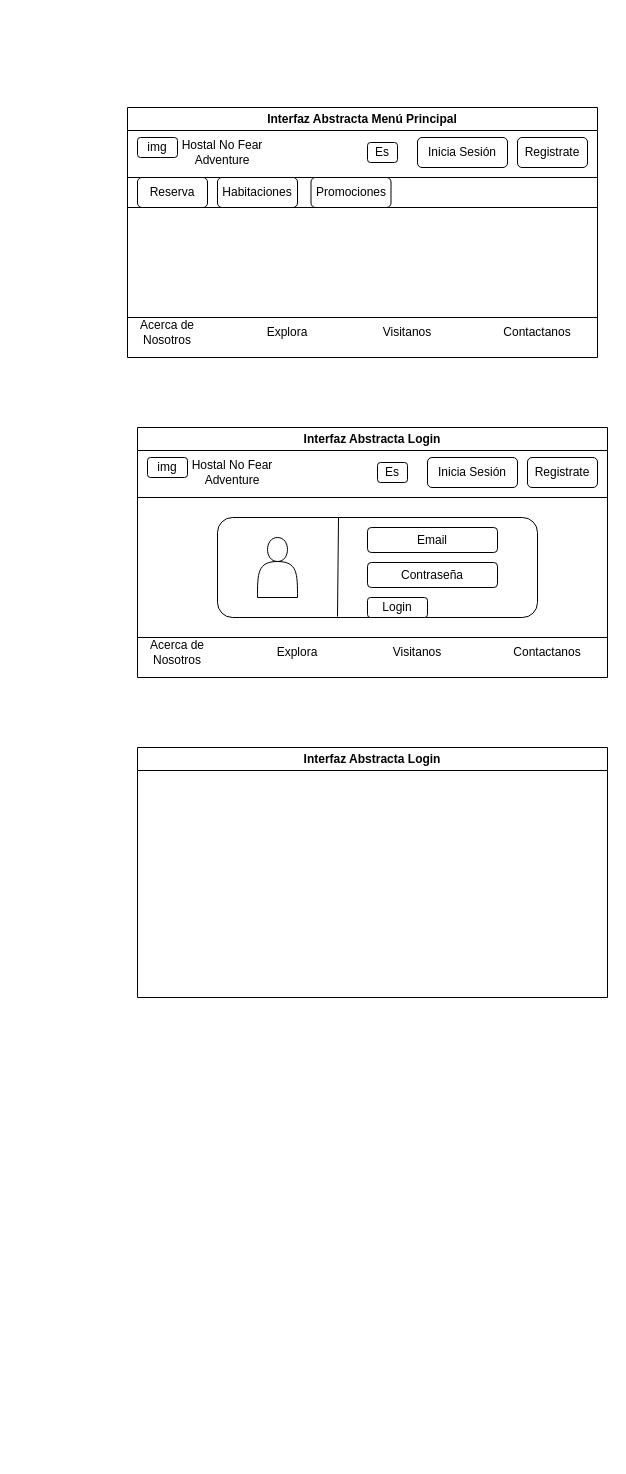
Joel4670/prueba1 keeps this draw.io diagram as Abstract.drawio. Above is the earlier version. Source tidied: cells renumbered, new cells numbered last; positions are measured from the earlier drawing's top-left corner, leaving out a move shared by most shapes. Both pictures are drawn from the tidied source at 100%, with x=0, y=0 at pixel (127, 107).
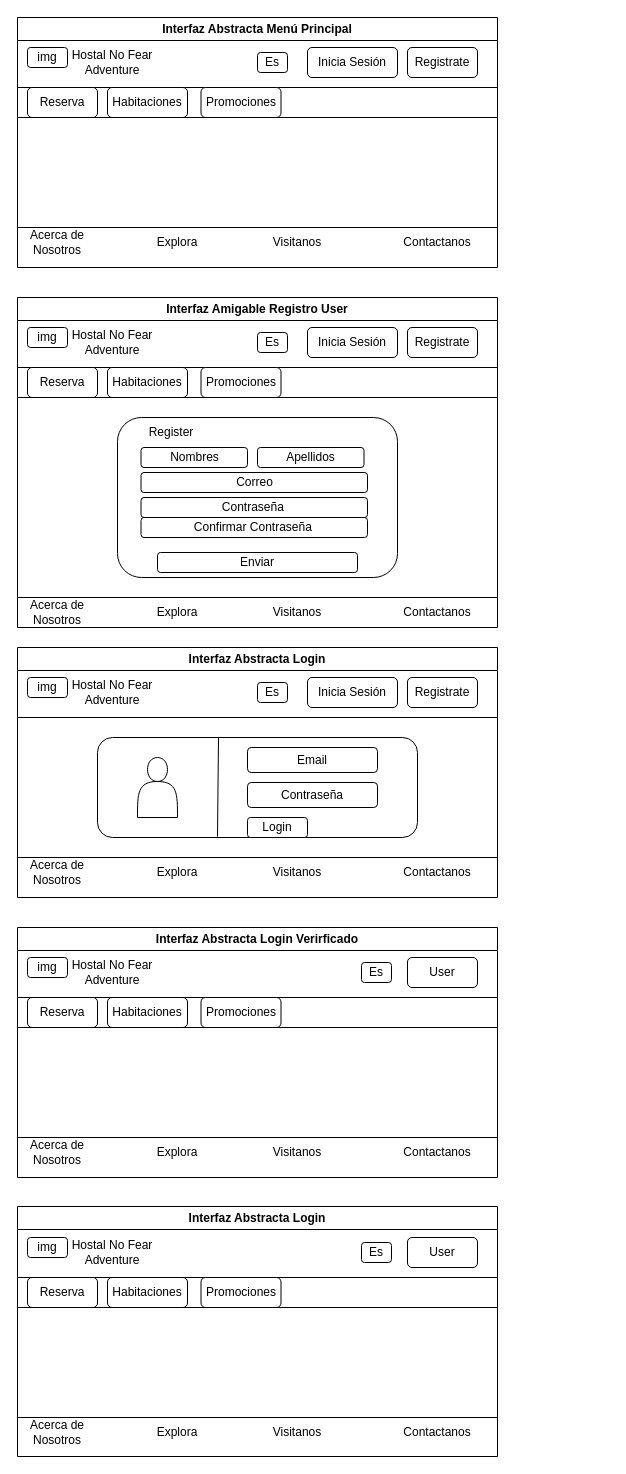
The same diagram, later.

What changed in the source:
```diff
@@
     <mxCell id="2" value="Interfaz Abstracta Menú Principal" style="swimlane;whiteSpace=wrap;html=1;" parent="1" vertex="1">
-      <mxGeometry width="470" height="250" as="geometry" />
+      <mxGeometry x="-110" y="-90" width="480" height="250" as="geometry" />
     </mxCell>
@@
     <mxCell id="6" value="Contactanos" style="text;html=1;align=center;verticalAlign=middle;whiteSpace=wrap;rounded=0;" parent="2" vertex="1">
-      <mxGeometry x="380" y="210" width="60" height="30" as="geometry" />
+      <mxGeometry x="390" y="210" width="60" height="30" as="geometry" />
     </mxCell>
@@
     <mxCell id="12" style="endArrow=none;html=1;rounded=0;" parent="2" edge="1">
       <mxGeometry relative="1" as="geometry">
         <mxPoint y="70" as="sourcePoint" />
-        <mxPoint x="470" y="70" as="targetPoint" />
+        <mxPoint x="480" y="70" as="targetPoint" />
       </mxGeometry>
     </mxCell>
@@
     <mxCell id="16" style="endArrow=none;html=1;rounded=0;" parent="1" edge="1">
       <mxGeometry relative="1" as="geometry">
-        <mxPoint y="210" as="sourcePoint" />
-        <mxPoint x="470" y="210" as="targetPoint" />
+        <mxPoint x="-110" y="120" as="sourcePoint" />
+        <mxPoint x="370" y="120" as="targetPoint" />
       </mxGeometry>
     </mxCell>
     <mxCell id="17" style="endArrow=none;html=1;rounded=0;" parent="1" edge="1">
       <mxGeometry relative="1" as="geometry">
-        <mxPoint y="100" as="sourcePoint" />
-        <mxPoint x="470" y="100" as="targetPoint" />
+        <mxPoint x="-110" y="10" as="sourcePoint" />
+        <mxPoint x="370" y="10" as="targetPoint" />
       </mxGeometry>
     </mxCell>
-    <mxCell id="18" value="Interfaz Abstracta Login" style="swimlane;whiteSpace=wrap;html=1;" parent="1" vertex="1">
-      <mxGeometry x="10" y="640" width="470" height="250" as="geometry" />
-    </mxCell>
     <mxCell id="19" value="Interfaz Abstracta Login" style="swimlane;whiteSpace=wrap;html=1;" parent="1" vertex="1">
-      <mxGeometry x="10" y="320" width="470" height="250" as="geometry" />
+      <mxGeometry x="-110" y="540" width="480" height="250" as="geometry" />
     </mxCell>
@@
     <mxCell id="25" style="endArrow=none;html=1;rounded=0;" parent="19" edge="1">
       <mxGeometry relative="1" as="geometry">
         <mxPoint y="70" as="sourcePoint" />
-        <mxPoint x="470" y="70" as="targetPoint" />
+        <mxPoint x="480" y="70" as="targetPoint" />
       </mxGeometry>
     </mxCell>
@@
     <mxCell id="29" value="Contactanos" style="text;html=1;align=center;verticalAlign=middle;whiteSpace=wrap;rounded=0;" parent="19" vertex="1">
-      <mxGeometry x="380" y="210" width="60" height="30" as="geometry" />
+      <mxGeometry x="390" y="210" width="60" height="30" as="geometry" />
     </mxCell>
     <mxCell id="30" style="endArrow=none;html=1;rounded=0;" parent="19" edge="1">
       <mxGeometry relative="1" as="geometry">
         <mxPoint y="210" as="sourcePoint" />
-        <mxPoint x="470" y="210" as="targetPoint" />
+        <mxPoint x="480" y="210" as="targetPoint" />
       </mxGeometry>
     </mxCell>
@@
+    <mxCell id="37" value="Interfaz Abstracta Login Verirficado" style="swimlane;whiteSpace=wrap;html=1;" parent="1" vertex="1">
+      <mxGeometry x="-110" y="820" width="480" height="250" as="geometry" />
+    </mxCell>
+    <mxCell id="38" value="Acerca de Nosotros" style="text;html=1;align=center;verticalAlign=middle;whiteSpace=wrap;rounded=0;" parent="37" vertex="1">
+      <mxGeometry x="10" y="210" width="60" height="30" as="geometry" />
+    </mxCell>
+    <mxCell id="39" value="Explora" style="text;html=1;align=center;verticalAlign=middle;whiteSpace=wrap;rounded=0;" parent="37" vertex="1">
+      <mxGeometry x="130" y="210" width="60" height="30" as="geometry" />
+    </mxCell>
+    <mxCell id="40" value="Visitanos" style="text;html=1;align=center;verticalAlign=middle;whiteSpace=wrap;rounded=0;" parent="37" vertex="1">
+      <mxGeometry x="250" y="210" width="60" height="30" as="geometry" />
+    </mxCell>
+    <mxCell id="41" value="Contactanos" style="text;html=1;align=center;verticalAlign=middle;whiteSpace=wrap;rounded=0;" parent="37" vertex="1">
+      <mxGeometry x="390" y="210" width="60" height="30" as="geometry" />
+    </mxCell>
+    <mxCell id="42" value="Hostal No Fear Adventure" style="text;html=1;align=center;verticalAlign=middle;whiteSpace=wrap;rounded=0;" parent="37" vertex="1">
+      <mxGeometry x="40" y="30" width="110" height="30" as="geometry" />
+    </mxCell>
+    <mxCell id="43" value="img" style="rounded=1;whiteSpace=wrap;html=1;" parent="37" vertex="1">
+      <mxGeometry x="10" y="30" width="40" height="20" as="geometry" />
+    </mxCell>
+    <mxCell id="44" value="Es" style="rounded=1;whiteSpace=wrap;html=1;" parent="37" vertex="1">
+      <mxGeometry x="344" y="35" width="30" height="20" as="geometry" />
+    </mxCell>
+    <mxCell id="45" value="User" style="rounded=1;whiteSpace=wrap;html=1;" parent="37" vertex="1">
+      <mxGeometry x="390" y="30" width="70" height="30" as="geometry" />
+    </mxCell>
+    <mxCell id="46" style="endArrow=none;html=1;rounded=0;" parent="37" edge="1">
+      <mxGeometry relative="1" as="geometry">
+        <mxPoint y="70" as="sourcePoint" />
+        <mxPoint x="480" y="70" as="targetPoint" />
+      </mxGeometry>
+    </mxCell>
+    <mxCell id="47" value="Reserva" style="rounded=1;whiteSpace=wrap;html=1;" parent="37" vertex="1">
+      <mxGeometry x="10" y="70" width="70" height="30" as="geometry" />
+    </mxCell>
+    <mxCell id="48" value="Habitaciones" style="rounded=1;whiteSpace=wrap;html=1;" parent="37" vertex="1">
+      <mxGeometry x="90" y="70" width="80" height="30" as="geometry" />
+    </mxCell>
+    <mxCell id="49" value="Promociones" style="rounded=1;whiteSpace=wrap;html=1;" parent="37" vertex="1">
+      <mxGeometry x="183.5" y="70" width="80" height="30" as="geometry" />
+    </mxCell>
+    <mxCell id="50" style="endArrow=none;html=1;rounded=0;" parent="37" edge="1">
+      <mxGeometry relative="1" as="geometry">
+        <mxPoint y="210" as="sourcePoint" />
+        <mxPoint x="480" y="210" as="targetPoint" />
+      </mxGeometry>
+    </mxCell>
+    <mxCell id="51" style="endArrow=none;html=1;rounded=0;" parent="37" edge="1">
+      <mxGeometry relative="1" as="geometry">
+        <mxPoint y="100" as="sourcePoint" />
+        <mxPoint x="480" y="100" as="targetPoint" />
+      </mxGeometry>
+    </mxCell>
+    <mxCell id="18" value="Interfaz Abstracta Login" style="swimlane;whiteSpace=wrap;html=1;" parent="1" vertex="1">
+      <mxGeometry x="-110" y="1099" width="480" height="250" as="geometry" />
+    </mxCell>
+    <mxCell id="52" value="Acerca de Nosotros" style="text;html=1;align=center;verticalAlign=middle;whiteSpace=wrap;rounded=0;" parent="18" vertex="1">
+      <mxGeometry x="10" y="211" width="60" height="30" as="geometry" />
+    </mxCell>
+    <mxCell id="53" value="Explora" style="text;html=1;align=center;verticalAlign=middle;whiteSpace=wrap;rounded=0;" parent="18" vertex="1">
+      <mxGeometry x="130" y="211" width="60" height="30" as="geometry" />
+    </mxCell>
+    <mxCell id="54" value="Visitanos" style="text;html=1;align=center;verticalAlign=middle;whiteSpace=wrap;rounded=0;" parent="18" vertex="1">
+      <mxGeometry x="250" y="211" width="60" height="30" as="geometry" />
+    </mxCell>
+    <mxCell id="55" value="Contactanos" style="text;html=1;align=center;verticalAlign=middle;whiteSpace=wrap;rounded=0;" parent="18" vertex="1">
+      <mxGeometry x="390" y="211" width="60" height="30" as="geometry" />
+    </mxCell>
+    <mxCell id="56" value="Hostal No Fear Adventure" style="text;html=1;align=center;verticalAlign=middle;whiteSpace=wrap;rounded=0;" parent="18" vertex="1">
+      <mxGeometry x="40" y="31" width="110" height="30" as="geometry" />
+    </mxCell>
+    <mxCell id="57" value="img" style="rounded=1;whiteSpace=wrap;html=1;" parent="18" vertex="1">
+      <mxGeometry x="10" y="31" width="40" height="20" as="geometry" />
+    </mxCell>
+    <mxCell id="58" value="Es" style="rounded=1;whiteSpace=wrap;html=1;" parent="18" vertex="1">
+      <mxGeometry x="344" y="36" width="30" height="20" as="geometry" />
+    </mxCell>
+    <mxCell id="59" value="User" style="rounded=1;whiteSpace=wrap;html=1;" parent="18" vertex="1">
+      <mxGeometry x="390" y="31" width="70" height="30" as="geometry" />
+    </mxCell>
+    <mxCell id="60" style="endArrow=none;html=1;rounded=0;" parent="18" edge="1">
+      <mxGeometry relative="1" as="geometry">
+        <mxPoint y="71" as="sourcePoint" />
+        <mxPoint x="480" y="71" as="targetPoint" />
+      </mxGeometry>
+    </mxCell>
+    <mxCell id="61" value="Reserva" style="rounded=1;whiteSpace=wrap;html=1;" parent="18" vertex="1">
+      <mxGeometry x="10" y="71" width="70" height="30" as="geometry" />
+    </mxCell>
+    <mxCell id="62" value="Habitaciones" style="rounded=1;whiteSpace=wrap;html=1;" parent="18" vertex="1">
+      <mxGeometry x="90" y="71" width="80" height="30" as="geometry" />
+    </mxCell>
+    <mxCell id="63" value="Promociones" style="rounded=1;whiteSpace=wrap;html=1;" parent="18" vertex="1">
+      <mxGeometry x="183.5" y="71" width="80" height="30" as="geometry" />
+    </mxCell>
+    <mxCell id="64" style="endArrow=none;html=1;rounded=0;" parent="18" edge="1">
+      <mxGeometry relative="1" as="geometry">
+        <mxPoint y="211" as="sourcePoint" />
+        <mxPoint x="480" y="211" as="targetPoint" />
+      </mxGeometry>
+    </mxCell>
+    <mxCell id="65" style="endArrow=none;html=1;rounded=0;" parent="18" edge="1">
+      <mxGeometry relative="1" as="geometry">
+        <mxPoint y="101" as="sourcePoint" />
+        <mxPoint x="480" y="101" as="targetPoint" />
+      </mxGeometry>
+    </mxCell>
+    <mxCell id="66" value="Interfaz Amigable Registro User" style="swimlane;whiteSpace=wrap;html=1;" parent="1" vertex="1">
+      <mxGeometry x="-110" y="190" width="480" height="330" as="geometry" />
+    </mxCell>
+    <mxCell id="67" value="Acerca de Nosotros" style="text;html=1;align=center;verticalAlign=middle;whiteSpace=wrap;rounded=0;" parent="66" vertex="1">
+      <mxGeometry x="10" y="300" width="60" height="30" as="geometry" />
+    </mxCell>
+    <mxCell id="68" value="Explora" style="text;html=1;align=center;verticalAlign=middle;whiteSpace=wrap;rounded=0;" parent="66" vertex="1">
+      <mxGeometry x="130" y="300" width="60" height="30" as="geometry" />
+    </mxCell>
+    <mxCell id="69" value="Visitanos" style="text;html=1;align=center;verticalAlign=middle;whiteSpace=wrap;rounded=0;" parent="66" vertex="1">
+      <mxGeometry x="250" y="300" width="60" height="30" as="geometry" />
+    </mxCell>
+    <mxCell id="70" value="Contactanos" style="text;html=1;align=center;verticalAlign=middle;whiteSpace=wrap;rounded=0;" parent="66" vertex="1">
+      <mxGeometry x="390" y="300" width="60" height="30" as="geometry" />
+    </mxCell>
+    <mxCell id="71" value="Hostal No Fear Adventure" style="text;html=1;align=center;verticalAlign=middle;whiteSpace=wrap;rounded=0;" parent="66" vertex="1">
+      <mxGeometry x="40" y="30" width="110" height="30" as="geometry" />
+    </mxCell>
+    <mxCell id="72" value="img" style="rounded=1;whiteSpace=wrap;html=1;" parent="66" vertex="1">
+      <mxGeometry x="10" y="30" width="40" height="20" as="geometry" />
+    </mxCell>
+    <mxCell id="73" value="Es" style="rounded=1;whiteSpace=wrap;html=1;" parent="66" vertex="1">
+      <mxGeometry x="240" y="35" width="30" height="20" as="geometry" />
+    </mxCell>
+    <mxCell id="74" value="Inicia Sesión" style="rounded=1;whiteSpace=wrap;html=1;" parent="66" vertex="1">
+      <mxGeometry x="290" y="30" width="90" height="30" as="geometry" />
+    </mxCell>
+    <mxCell id="75" value="Registrate" style="rounded=1;whiteSpace=wrap;html=1;" parent="66" vertex="1">
+      <mxGeometry x="390" y="30" width="70" height="30" as="geometry" />
+    </mxCell>
+    <mxCell id="76" style="endArrow=none;html=1;rounded=0;" parent="66" edge="1">
+      <mxGeometry relative="1" as="geometry">
+        <mxPoint y="70" as="sourcePoint" />
+        <mxPoint x="480" y="70" as="targetPoint" />
+      </mxGeometry>
+    </mxCell>
+    <mxCell id="77" value="Reserva" style="rounded=1;whiteSpace=wrap;html=1;" parent="66" vertex="1">
+      <mxGeometry x="10" y="70" width="70" height="30" as="geometry" />
+    </mxCell>
+    <mxCell id="78" value="Habitaciones" style="rounded=1;whiteSpace=wrap;html=1;" parent="66" vertex="1">
+      <mxGeometry x="90" y="70" width="80" height="30" as="geometry" />
+    </mxCell>
+    <mxCell id="79" value="Promociones" style="rounded=1;whiteSpace=wrap;html=1;" parent="66" vertex="1">
+      <mxGeometry x="183.5" y="70" width="80" height="30" as="geometry" />
+    </mxCell>
+    <mxCell id="80" style="endArrow=none;html=1;rounded=0;" parent="66" edge="1">
+      <mxGeometry relative="1" as="geometry">
+        <mxPoint y="300" as="sourcePoint" />
+        <mxPoint x="480" y="300" as="targetPoint" />
+      </mxGeometry>
+    </mxCell>
+    <mxCell id="81" style="endArrow=none;html=1;rounded=0;" parent="66" edge="1">
+      <mxGeometry relative="1" as="geometry">
+        <mxPoint y="100" as="sourcePoint" />
+        <mxPoint x="480" y="100" as="targetPoint" />
+      </mxGeometry>
+    </mxCell>
+    <mxCell id="82" style="rounded=1;whiteSpace=wrap;html=1;" parent="66" vertex="1">
+      <mxGeometry x="100" y="120" width="280" height="160" as="geometry" />
+    </mxCell>
+    <mxCell id="83" value="Register" style="text;html=1;align=center;verticalAlign=middle;whiteSpace=wrap;rounded=0;" parent="66" vertex="1">
+      <mxGeometry x="123.5" y="120" width="60" height="30" as="geometry" />
+    </mxCell>
+    <mxCell id="84" value="Nombres" style="rounded=1;whiteSpace=wrap;html=1;" parent="66" vertex="1">
+      <mxGeometry x="123.5" y="150" width="106.5" height="20" as="geometry" />
+    </mxCell>
+    <mxCell id="85" value="Apellidos" style="rounded=1;whiteSpace=wrap;html=1;" parent="66" vertex="1">
+      <mxGeometry x="240" y="150" width="106.5" height="20" as="geometry" />
+    </mxCell>
+    <mxCell id="86" value="Correo" style="rounded=1;whiteSpace=wrap;html=1;" parent="66" vertex="1">
+      <mxGeometry x="123.5" y="175" width="226.5" height="20" as="geometry" />
+    </mxCell>
+    <mxCell id="87" value="Contraseña&amp;nbsp;" style="rounded=1;whiteSpace=wrap;html=1;" parent="66" vertex="1">
+      <mxGeometry x="123.5" y="200" width="226.5" height="20" as="geometry" />
+    </mxCell>
+    <mxCell id="88" value="Confirmar Contraseña&amp;nbsp;" style="rounded=1;whiteSpace=wrap;html=1;" parent="66" vertex="1">
+      <mxGeometry x="123.5" y="220" width="226.5" height="20" as="geometry" />
+    </mxCell>
+    <mxCell id="89" value="Enviar" style="rounded=1;whiteSpace=wrap;html=1;" parent="66" vertex="1">
+      <mxGeometry x="140" y="255" width="200" height="20" as="geometry" />
+    </mxCell>
```
